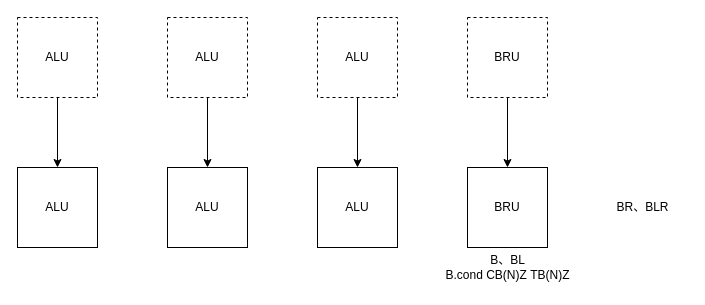
Before: page "第 3 页" (3 of 5) of 未命名绘图.drawio in xiaoqiangshijie/BRU, a draw.io diagram. Source tidied: cells renumbered, new cells numbered last; positions are measured from the earlier drawing's top-left corner, leaving out a move shared by most shapes. Both pictures are drawn from the tidied source at 100%, with x=0, y=0 at pixel (17, 17).
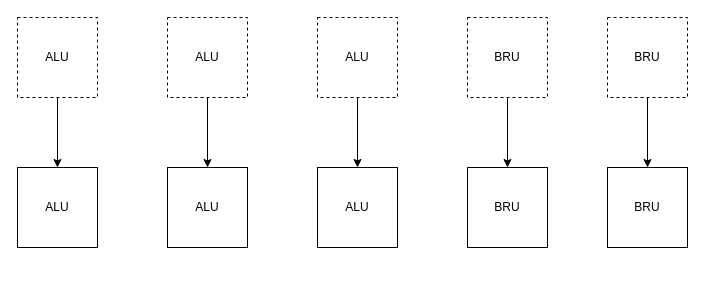
The same page after the edit.

Commit message:
更新未命名绘图.drawio

The edit, as a diff of the source:
```diff
@@
 <mxGraphModel>
   <root>
     <mxCell id="0" />
     <mxCell id="1" parent="0" />
     <mxCell id="2" value="ALU" style="whiteSpace=wrap;html=1;" parent="1" vertex="1">
       <mxGeometry x="150" y="150" width="80" height="80" as="geometry" />
     </mxCell>
     <mxCell id="3" value="ALU" style="whiteSpace=wrap;html=1;" parent="1" vertex="1">
       <mxGeometry x="300" y="150" width="80" height="80" as="geometry" />
     </mxCell>
     <mxCell id="4" value="BRU" style="whiteSpace=wrap;html=1;" parent="1" vertex="1">
       <mxGeometry x="450" y="150" width="80" height="80" as="geometry" />
     </mxCell>
     <mxCell id="5" value="ALU" style="whiteSpace=wrap;html=1;" parent="1" vertex="1">
       <mxGeometry y="150" width="80" height="80" as="geometry" />
     </mxCell>
     <mxCell id="6" style="edgeStyle=orthogonalEdgeStyle;rounded=0;jettySize=auto;html=1;exitX=0.5;exitY=1;exitDx=0;exitDy=0;entryX=0.5;entryY=0;entryDx=0;entryDy=0;" parent="1" edge="1" source="7" target="5">
       <mxGeometry relative="1" as="geometry" />
     </mxCell>
     <mxCell id="7" value="ALU" style="whiteSpace=wrap;html=1;dashed=1;" parent="1" vertex="1">
       <mxGeometry width="80" height="80" as="geometry" />
     </mxCell>
     <mxCell id="8" style="edgeStyle=orthogonalEdgeStyle;rounded=0;jettySize=auto;html=1;exitX=0.5;exitY=1;exitDx=0;exitDy=0;entryX=0.5;entryY=0;entryDx=0;entryDy=0;" parent="1" edge="1" source="9" target="2">
       <mxGeometry relative="1" as="geometry" />
     </mxCell>
     <mxCell id="9" value="ALU" style="whiteSpace=wrap;html=1;dashed=1;" parent="1" vertex="1">
       <mxGeometry x="150" width="80" height="80" as="geometry" />
     </mxCell>
     <mxCell id="10" style="edgeStyle=orthogonalEdgeStyle;rounded=0;jettySize=auto;html=1;exitX=0.5;exitY=1;exitDx=0;exitDy=0;entryX=0.5;entryY=0;entryDx=0;entryDy=0;" parent="1" edge="1" source="11" target="3">
       <mxGeometry relative="1" as="geometry" />
     </mxCell>
     <mxCell id="11" value="ALU" style="whiteSpace=wrap;html=1;dashed=1;" parent="1" vertex="1">
       <mxGeometry x="300" width="80" height="80" as="geometry" />
     </mxCell>
     <mxCell id="12" style="edgeStyle=orthogonalEdgeStyle;rounded=0;jettySize=auto;html=1;exitX=0.5;exitY=1;exitDx=0;exitDy=0;entryX=0.5;entryY=0;entryDx=0;entryDy=0;" parent="1" edge="1" source="13" target="4">
       <mxGeometry relative="1" as="geometry" />
     </mxCell>
     <mxCell id="13" value="BRU" style="whiteSpace=wrap;html=1;dashed=1;" parent="1" vertex="1">
       <mxGeometry x="450" width="80" height="80" as="geometry" />
     </mxCell>
-    <mxCell id="14" value="B、BL&lt;br&gt;B.cond&amp;nbsp;CB(N)Z&amp;nbsp;TB(N)Z&lt;br&gt;" style="text;html=1;align=center;verticalAlign=middle;fillColor=none;strokeColor=none;rounded=0;dashed=1;" parent="1" vertex="1">
-      <mxGeometry x="415" y="230" width="150" height="40" as="geometry" />
-    </mxCell>
-    <mxCell id="15" value="BR、BLR" style="text;html=1;align=center;verticalAlign=middle;fillColor=none;strokeColor=none;rounded=0;dashed=1;" parent="1" vertex="1">
-      <mxGeometry x="585" y="175" width="80" height="30" as="geometry" />
-    </mxCell>
+    <mxCell id="16" value="BRU" style="whiteSpace=wrap;html=1;" parent="1" vertex="1">
+      <mxGeometry x="590" y="150" width="80" height="80" as="geometry" />
+    </mxCell>
+    <mxCell id="17" style="edgeStyle=orthogonalEdgeStyle;rounded=0;jettySize=auto;html=1;exitX=0.5;exitY=1;exitDx=0;exitDy=0;entryX=0.5;entryY=0;entryDx=0;entryDy=0;" parent="1" edge="1" source="18" target="16">
+      <mxGeometry relative="1" as="geometry" />
+    </mxCell>
+    <mxCell id="18" value="BRU" style="whiteSpace=wrap;html=1;dashed=1;" parent="1" vertex="1">
+      <mxGeometry x="590" width="80" height="80" as="geometry" />
+    </mxCell>
   </root>
 </mxGraphModel>
```
